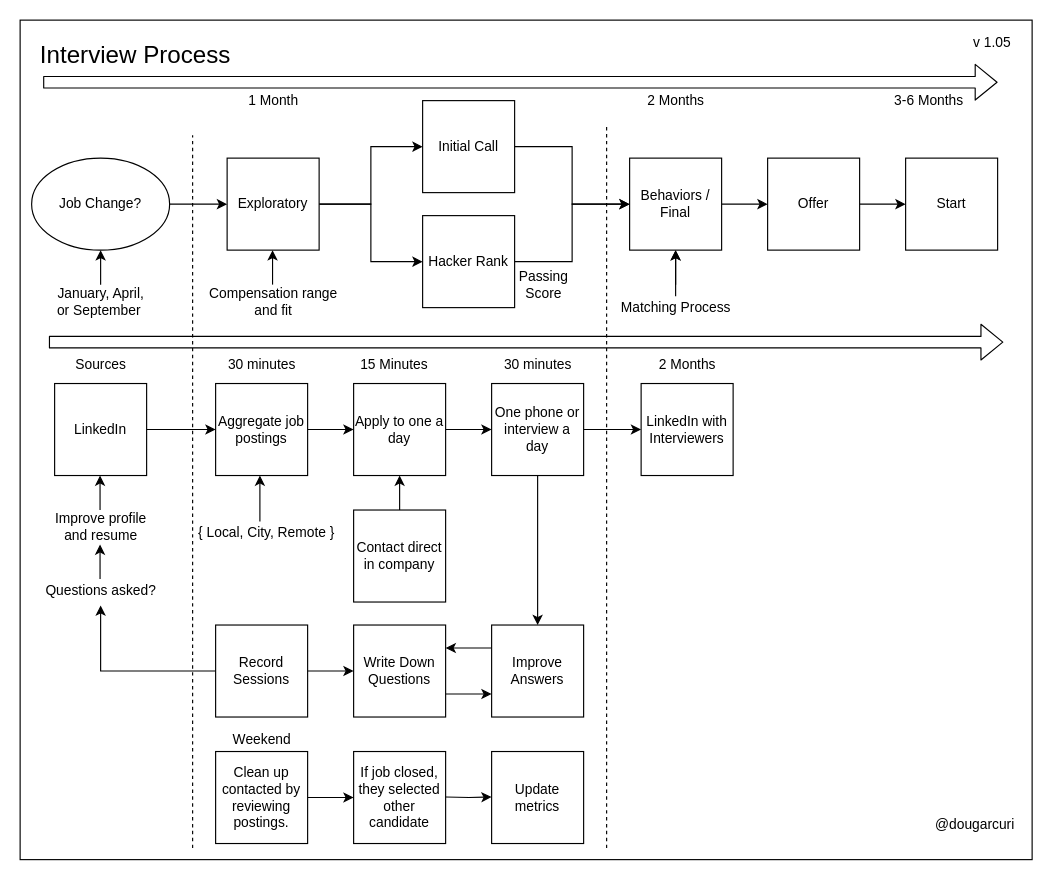
The draw.io diagram interviews/diagrams/interviewing-process.drawio in solidi/learning-notes, before the edit. Source tidied: cells renumbered, new cells numbered last; positions are measured from the earlier drawing's top-left corner, leaving out a move shared by most shapes. Both pictures are drawn from the tidied source at 115%, with x=0, y=0 at pixel (20, 20).
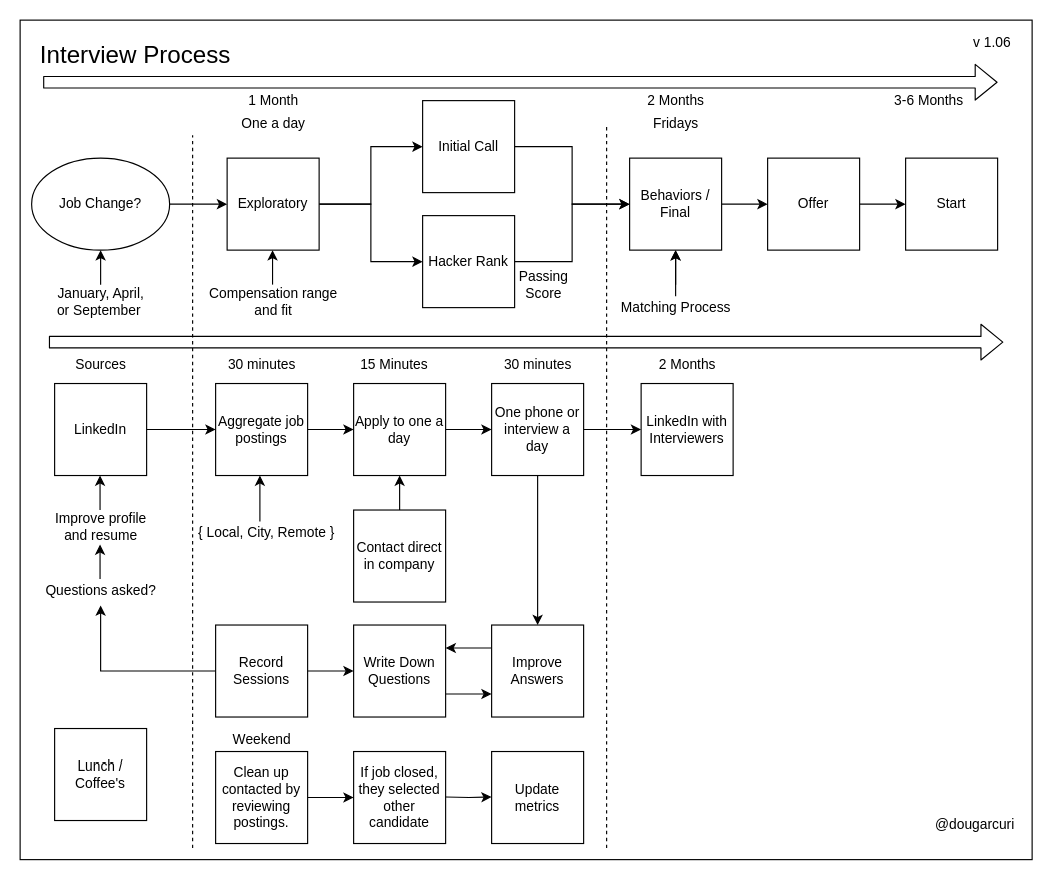
The same page after the edit.

Commit message (it also covers changes not shown here):
Add days and times in the interview diagram

The edit, as a diff of the source:
```diff
@@
-    <mxCell id="51" value="v 1.05" style="text;html=1;align=center;verticalAlign=middle;" parent="1" vertex="1">
+    <mxCell id="51" value="v 1.06" style="text;html=1;align=center;verticalAlign=middle;" parent="1" vertex="1">
       <mxGeometry x="820" y="10" width="50" height="20" as="geometry" />
     </mxCell>
@@
+    <mxCell id="71" value="Lunch / Coffee's" style="whiteSpace=wrap;html=1;" parent="1" vertex="1">
+      <mxGeometry x="30" y="616" width="80" height="80" as="geometry" />
+    </mxCell>
+    <mxCell id="72" value="Fridays" style="text;html=1;align=center;verticalAlign=middle;" parent="1" vertex="1">
+      <mxGeometry x="545" y="80" width="50" height="20" as="geometry" />
+    </mxCell>
+    <mxCell id="73" value="One a day" style="text;html=1;align=center;verticalAlign=middle;" parent="1" vertex="1">
+      <mxGeometry x="185" y="80" width="70" height="20" as="geometry" />
+    </mxCell>
```
